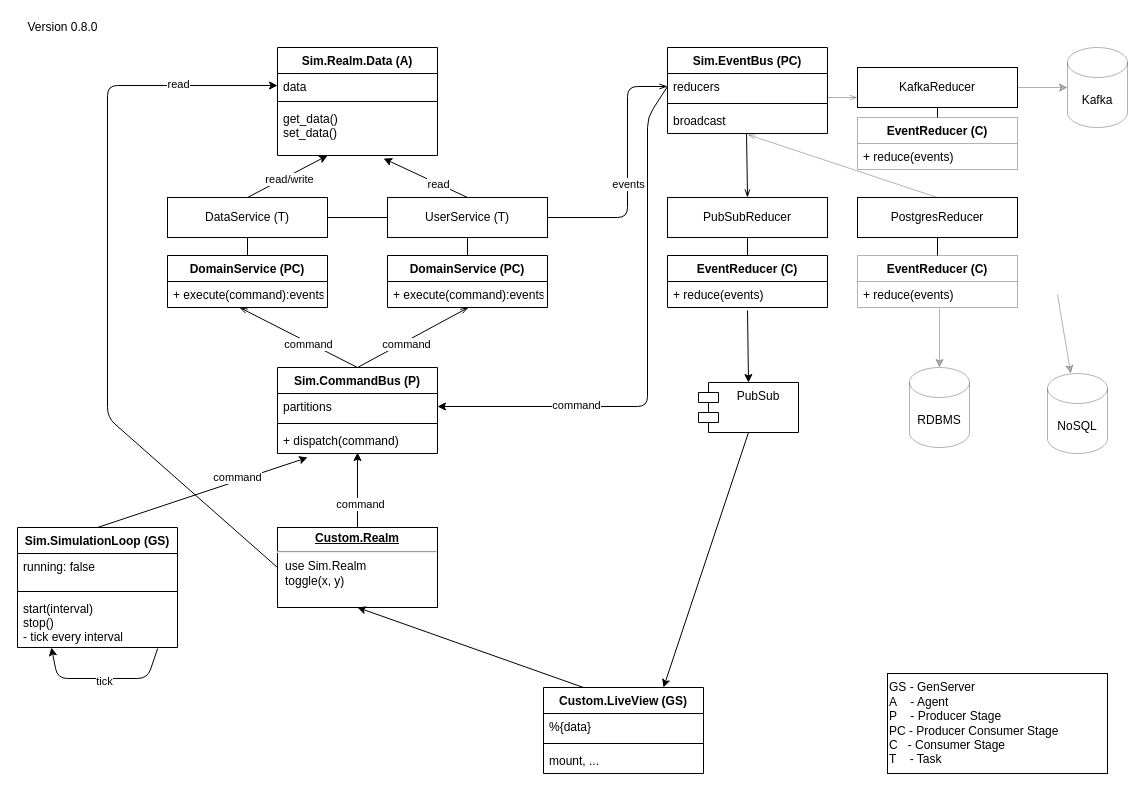
Before: apps/sim/documentation/SimRealm.drawio in grrrisu/thundermoon-umbrella, a draw.io diagram. Source tidied: cells renumbered, new cells numbered last; positions are measured from the earlier drawing's top-left corner, leaving out a move shared by most shapes. Both pictures are drawn from the tidied source at 100%, with x=0, y=0 at pixel (17, 17).
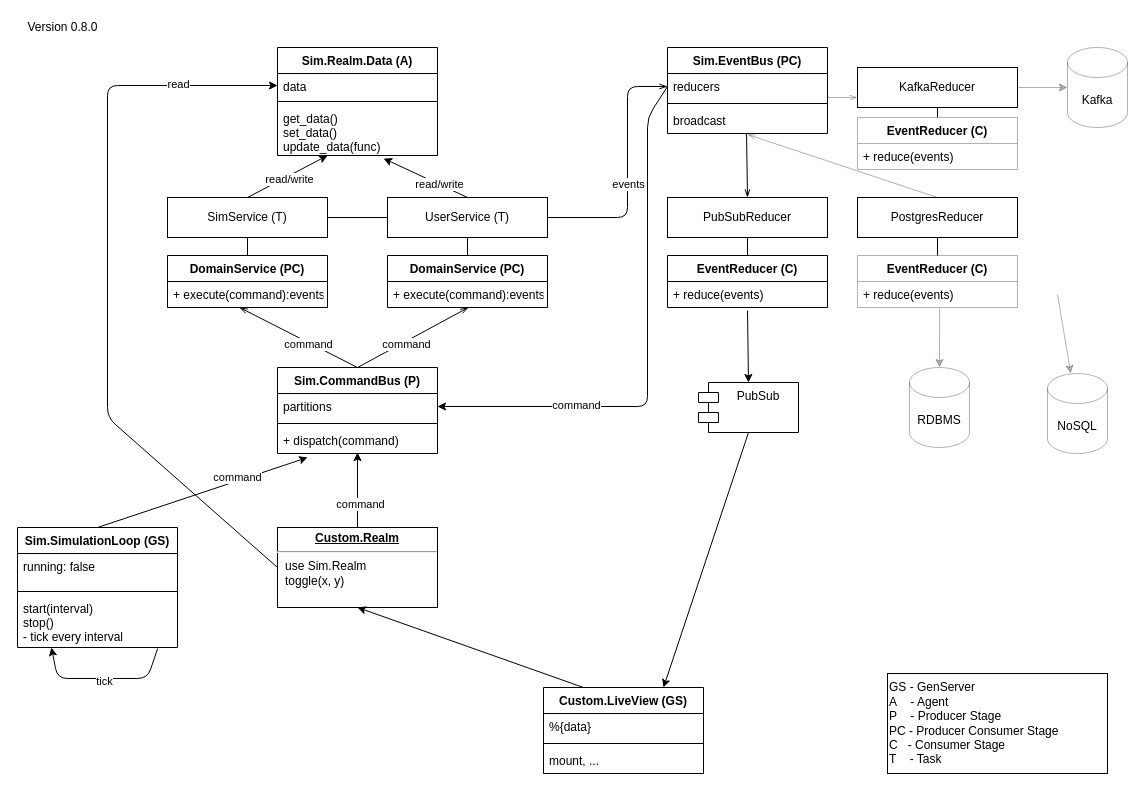
The same page after the edit.

Commit message (it also covers changes not shown here):
update documentation with data_helpers example

Unchanged cells that the change refers to:
```xml
<mxCell id="5" value="Sim.Realm.Data (A)" style="swimlane;fontStyle=1;align=center;verticalAlign=top;horizontal=1;startSize=26;" parent="1" vertex="1">
  <mxGeometry x="260" y="30" width="160" height="108" as="geometry" />
</mxCell>
<mxCell id="47" style="endArrow=classic;html=1;entryX=0.663;entryY=1.06;entryDx=0;entryDy=0;entryPerimeter=0;exitX=0.5;exitY=0;exitDx=0;exitDy=0;" parent="1" edge="1" source="65" target="8">
  <mxGeometry relative="1" as="geometry" />
</mxCell>
```

Diff of the diagram source:
```diff
@@
-    <mxCell id="8" value="get_data()&#10;set_data()" style="text;strokeColor=none;fillColor=none;align=left;verticalAlign=top;spacingLeft=4;spacingRight=4;overflow=hidden;points=[[0,0.5],[1,0.5]];portConstraint=eastwest;" parent="5" vertex="1">
+    <mxCell id="8" value="get_data()&#10;set_data()&#10;update_data(func)" style="text;strokeColor=none;fillColor=none;align=left;verticalAlign=top;spacingLeft=4;spacingRight=4;overflow=hidden;points=[[0,0.5],[1,0.5]];portConstraint=eastwest;" parent="5" vertex="1">
       <mxGeometry y="58" width="160" height="50" as="geometry" />
     </mxCell>
@@
-    <mxCell id="48" value="read" style="edgeLabel;html=1;align=center;verticalAlign=middle;" parent="47" vertex="1">
-      <mxGeometry x="-0.29" relative="1" as="geometry" />
-    </mxCell>
+    <mxCell id="80" value="read/write" style="edgeLabel;html=1;align=center;verticalAlign=middle;" parent="47" vertex="1">
+      <mxGeometry x="-0.33" relative="1" as="geometry" />
+    </mxCell>
@@
-    <mxCell id="63" value="DataService (T)" style="rounded=0;whiteSpace=wrap;html=1;" parent="1" vertex="1">
+    <mxCell id="63" value="SimService (T)" style="rounded=0;whiteSpace=wrap;html=1;" parent="1" vertex="1">
       <mxGeometry x="150" y="180" width="160" height="40" as="geometry" />
     </mxCell>
```
